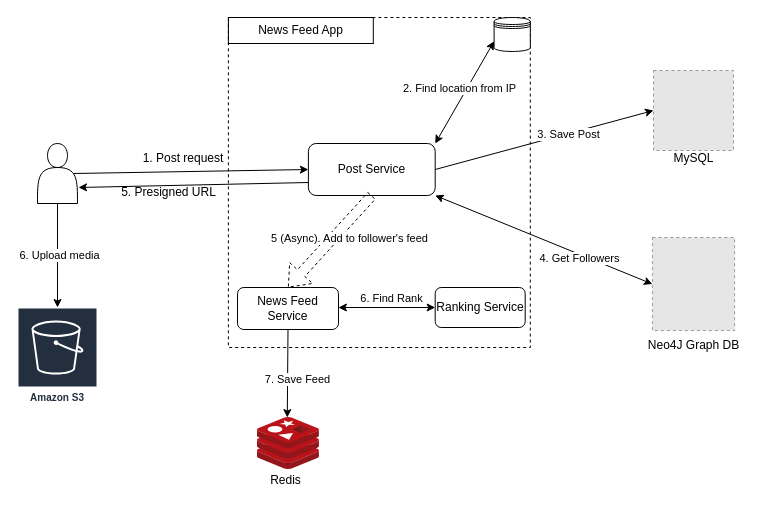
Before: page "HLD" (1 of 9) of docs/News-Feed.drawio in JatinDholakia/News-Feed, a draw.io diagram. Source tidied: cells renumbered, new cells numbered last; positions are measured from the earlier drawing's top-left corner, leaving out a move shared by most shapes. Both pictures are drawn from the tidied source at 100%, with x=0, y=0 at pixel (17, 17). Pictures stored in the file or linked from it are replaced by grey dashed boxes.
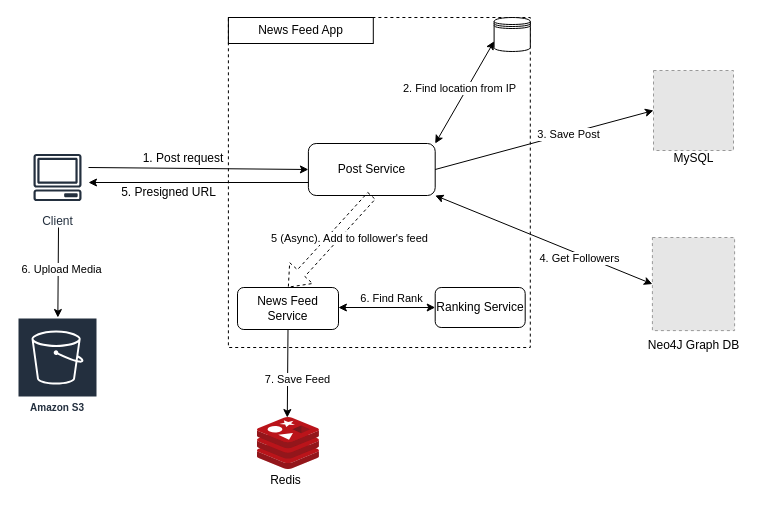
The same page after the edit.

The change refers to these unchanged cells:
```xml
<mxCell id="4" value="Post Service" style="rounded=1;whiteSpace=wrap;html=1;" parent="2" vertex="1">
  <mxGeometry x="80" y="56" width="126.8" height="52" as="geometry" />
</mxCell>
```

Diff of the diagram source:
```diff
@@
-    <mxCell id="11" style="shape=actor;whiteSpace=wrap;html=1;" parent="1" vertex="1">
-      <mxGeometry x="20" y="126" width="40" height="60" as="geometry" />
-    </mxCell>
-    <mxCell id="12" style="endArrow=classic;html=1;rounded=0;entryX=0;entryY=0.5;entryDx=0;entryDy=0;exitX=0.9;exitY=0.5;exitDx=0;exitDy=0;exitPerimeter=0;" parent="1" edge="1" source="11" target="4">
-      <mxGeometry relative="1" as="geometry" />
+    <mxCell id="12" style="endArrow=classic;html=1;rounded=0;entryX=0;entryY=0.5;entryDx=0;entryDy=0;" parent="1" edge="1" target="4">
+      <mxGeometry relative="1" as="geometry">
+        <mxPoint x="71" y="150" as="sourcePoint" />
+      </mxGeometry>
     </mxCell>
@@
     <mxCell id="26" value="Amazon S3" style="sketch=0;outlineConnect=0;fontColor=#232F3E;gradientColor=none;strokeColor=#ffffff;fillColor=#232F3E;dashed=0;verticalLabelPosition=middle;verticalAlign=bottom;align=center;html=1;whiteSpace=wrap;fontSize=10;fontStyle=1;spacing=3;shape=mxgraph.aws4.productIcon;prIcon=mxgraph.aws4.s3;" parent="1" vertex="1">
-      <mxGeometry y="290" width="80" height="100" as="geometry" />
+      <mxGeometry y="300" width="80" height="100" as="geometry" />
     </mxCell>
@@
-    <mxCell id="34" style="endArrow=classic;html=1;rounded=0;exitX=0.5;exitY=1;exitDx=0;exitDy=0;" parent="1" edge="1" source="11" target="26">
-      <mxGeometry relative="1" as="geometry" />
-    </mxCell>
-    <mxCell id="35" value="6. Upload media" style="edgeLabel;html=1;align=center;verticalAlign=middle;" parent="34" vertex="1">
-      <mxGeometry x="-0.02" y="1" relative="1" as="geometry" />
-    </mxCell>
     <mxCell id="36" style="endArrow=classic;html=1;rounded=0;exitX=0;exitY=0.75;exitDx=0;exitDy=0;" parent="1" edge="1" source="4">
       <mxGeometry relative="1" as="geometry">
-        <mxPoint x="61" y="170" as="targetPoint" />
+        <mxPoint x="71" y="165" as="targetPoint" />
       </mxGeometry>
     </mxCell>
@@
+    <mxCell id="38" value="Client" style="sketch=0;fontColor=#232F3E;gradientColor=none;strokeColor=#232F3E;fillColor=#ffffff;dashed=0;verticalLabelPosition=bottom;verticalAlign=top;align=center;html=1;fontSize=12;fontStyle=0;shape=mxgraph.aws4.resourceIcon;resIcon=mxgraph.aws4.client;" parent="1" vertex="1">
+      <mxGeometry x="10" y="130" width="60" height="60" as="geometry" />
+    </mxCell>
+    <mxCell id="39" style="endArrow=classic;html=1;rounded=0;" parent="1" edge="1" target="26">
+      <mxGeometry relative="1" as="geometry">
+        <mxPoint x="41" y="210" as="sourcePoint" />
+      </mxGeometry>
+    </mxCell>
+    <mxCell id="40" value="6. Upload Media" style="edgeLabel;html=1;align=center;verticalAlign=middle;" parent="39" vertex="1">
+      <mxGeometry x="-0.1" y="3" relative="1" as="geometry" />
+    </mxCell>
```
